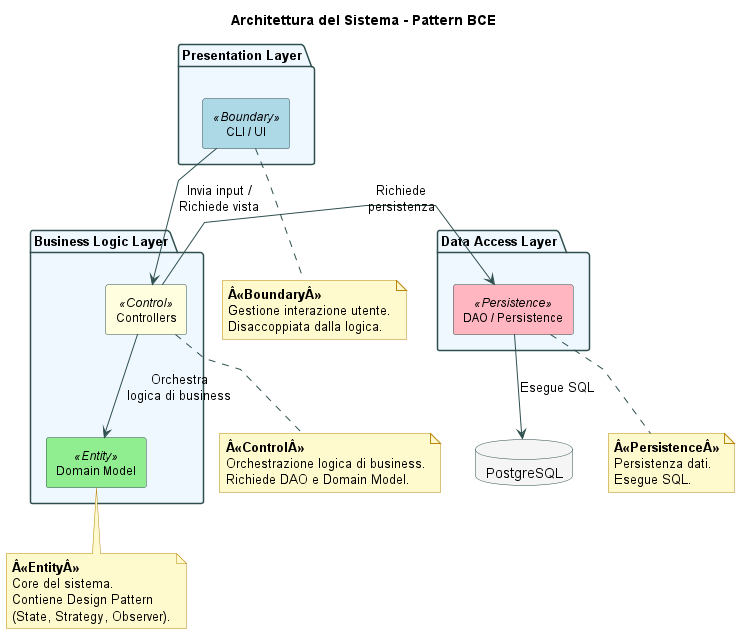
This is LaTeX/images/component_diagram.png from Adrycasta04/EscapeManager, a PlantUML export, as it was before one commit.
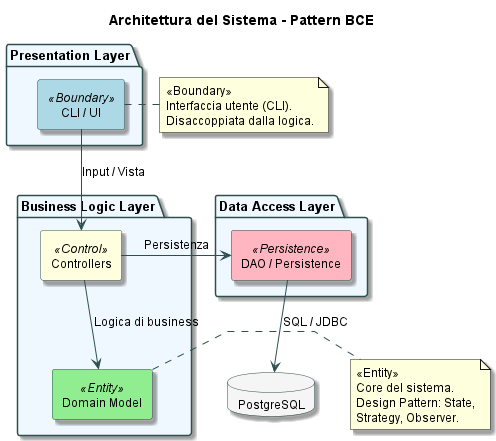
After the change.

Diff of the diagram source:
```diff
@@ -1,5 +1,7 @@
 @startuml component_diagram
 skinparam componentStyle rectangle
+skinparam shadowing true
+skinparam defaultFontSize 12
 skinparam linetype polyline
 
 skinparam component {
@@ -24,11 +26,6 @@
     FontStyle bold
 }
 
-skinparam note {
-    BackgroundColor LemonChiffon
-    BorderColor DarkGoldenRod
-}
-
 title Architettura del Sistema - Pattern BCE
 
 package "Presentation Layer" {
@@ -46,34 +43,22 @@
 
 database "PostgreSQL" as DB
 
-CLI -down-> CTRL : "Invia input /\nRichiede vista"
-CTRL -down-> DOM : "Orchestra\nlogica di business"
-CTRL -right-> DAO : "Richiede\npersistenza"
-DAO -down-> DB : "Esegue SQL"
+CLI -down-> CTRL : "Input / Vista"
+CTRL -down-> DOM : "Logica di business"
+CTRL -right-> DAO : "Persistenza"
+DAO -down-> DB : "SQL / JDBC"
 
-note bottom of CLI
-    **Â«BoundaryÂ»**
-    Gestione interazione utente.
+note right of CLI
+    <<Boundary>>
+    Interfaccia utente (CLI).
     Disaccoppiata dalla logica.
 end note
 
-note bottom of CTRL
-    **Â«ControlÂ»**
-    Orchestrazione logica di business.
-    Richiede DAO e Domain Model.
-end note
-
-note bottom of DOM
-    **Â«EntityÂ»**
+note right of DOM
+    <<Entity>>
     Core del sistema.
-    Contiene Design Pattern
-    (State, Strategy, Observer).
-end note
-
-note bottom of DAO
-    **Â«PersistenceÂ»**
-    Persistenza dati.
-    Esegue SQL.
+    Design Pattern: State,
+    Strategy, Observer.
 end note
 
 @enduml
```
